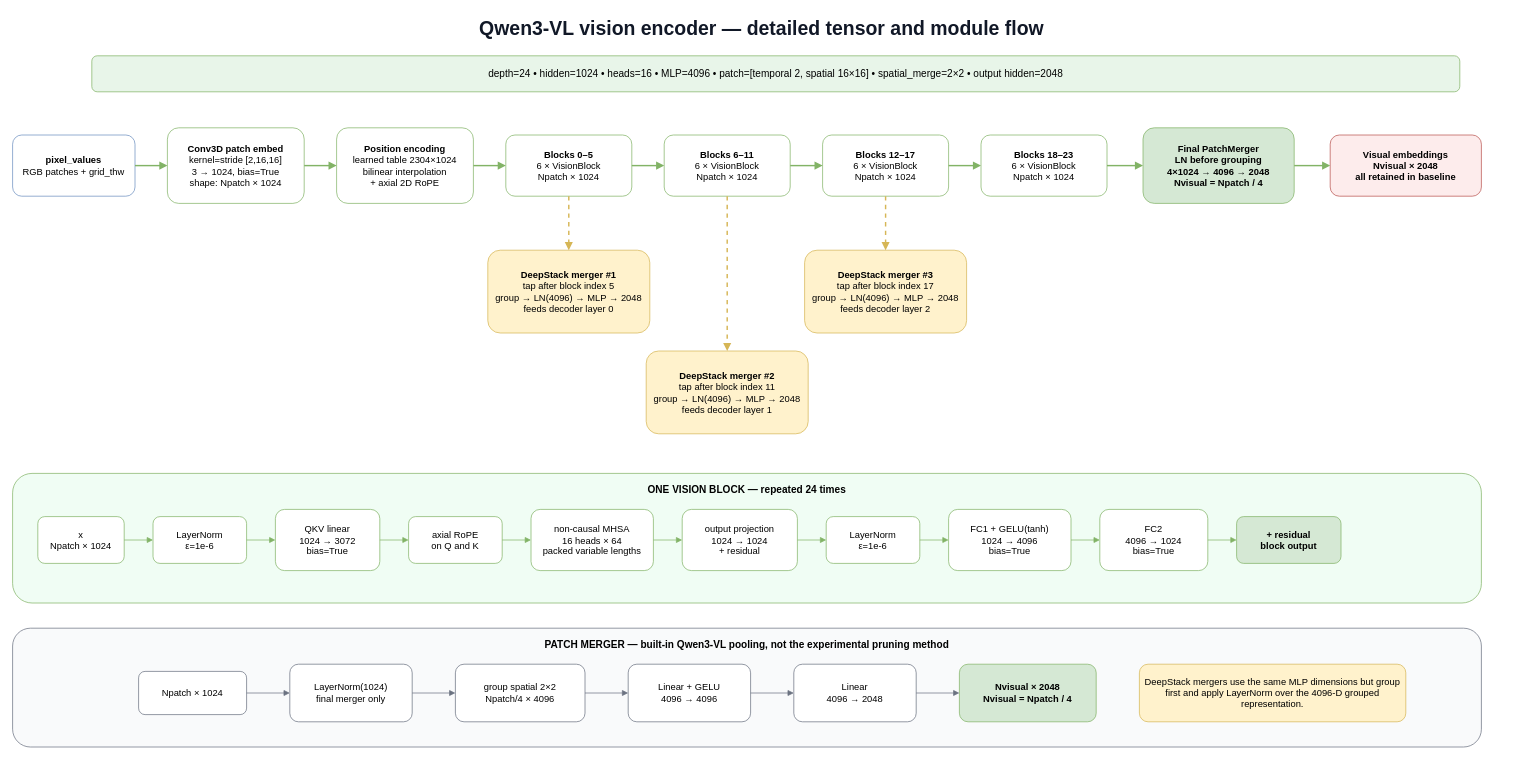
The draw.io diagram page "02 - Vision encoder detail" (2 of 5) of architecture/model-goc-baseline/qwen3-vl-2b-instruct-baseline.drawio in nguyen-thanh-1/token-reduction-VL-model, before the edit. Source tidied: cells renumbered, new cells numbered last; positions are measured from the earlier drawing's top-left corner, leaving out a move shared by most shapes. Both pictures are drawn from the tidied source at 72%, with x=0, y=0 at pixel (12, 12).
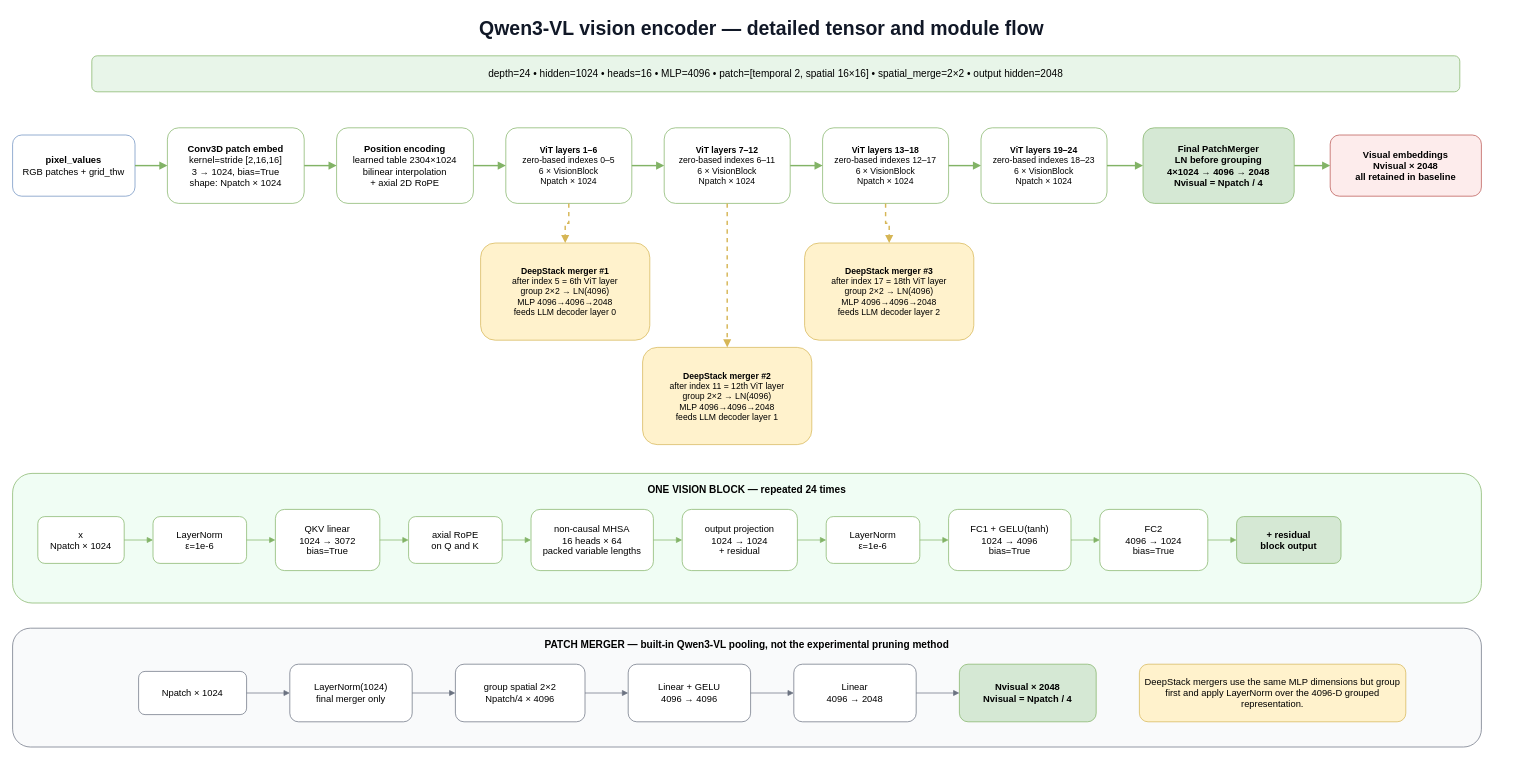
The same diagram, later.

The edit, as a diff of the source:
```diff
@@
-    <mxCell id="7" value="&lt;b&gt;Blocks 0–5&lt;/b&gt;&#10;6 × VisionBlock&#10;Npatch × 1024" style="rounded=1;whiteSpace=wrap;html=1;fillColor=#FFFFFF;strokeColor=#82B366;fontSize=13;" parent="1" vertex="1">
-      <mxGeometry x="685" y="170" width="175" height="85" as="geometry" />
+    <mxCell id="7" value="&lt;b&gt;ViT layers 1–6&lt;/b&gt;&#10;zero-based indexes 0–5&#10;6 × VisionBlock&#10;Npatch × 1024" style="rounded=1;whiteSpace=wrap;html=1;fillColor=#FFFFFF;strokeColor=#82B366;fontSize=12;" parent="1" vertex="1">
+      <mxGeometry x="685" y="160" width="175" height="105" as="geometry" />
     </mxCell>
-    <mxCell id="8" value="&lt;b&gt;Blocks 6–11&lt;/b&gt;&#10;6 × VisionBlock&#10;Npatch × 1024" style="rounded=1;whiteSpace=wrap;html=1;fillColor=#FFFFFF;strokeColor=#82B366;fontSize=13;" parent="1" vertex="1">
-      <mxGeometry x="905" y="170" width="175" height="85" as="geometry" />
+    <mxCell id="8" value="&lt;b&gt;ViT layers 7–12&lt;/b&gt;&#10;zero-based indexes 6–11&#10;6 × VisionBlock&#10;Npatch × 1024" style="rounded=1;whiteSpace=wrap;html=1;fillColor=#FFFFFF;strokeColor=#82B366;fontSize=12;" parent="1" vertex="1">
+      <mxGeometry x="905" y="160" width="175" height="105" as="geometry" />
     </mxCell>
-    <mxCell id="9" value="&lt;b&gt;Blocks 12–17&lt;/b&gt;&#10;6 × VisionBlock&#10;Npatch × 1024" style="rounded=1;whiteSpace=wrap;html=1;fillColor=#FFFFFF;strokeColor=#82B366;fontSize=13;" parent="1" vertex="1">
-      <mxGeometry x="1125" y="170" width="175" height="85" as="geometry" />
+    <mxCell id="9" value="&lt;b&gt;ViT layers 13–18&lt;/b&gt;&#10;zero-based indexes 12–17&#10;6 × VisionBlock&#10;Npatch × 1024" style="rounded=1;whiteSpace=wrap;html=1;fillColor=#FFFFFF;strokeColor=#82B366;fontSize=12;" parent="1" vertex="1">
+      <mxGeometry x="1125" y="160" width="175" height="105" as="geometry" />
     </mxCell>
-    <mxCell id="10" value="&lt;b&gt;Blocks 18–23&lt;/b&gt;&#10;6 × VisionBlock&#10;Npatch × 1024" style="rounded=1;whiteSpace=wrap;html=1;fillColor=#FFFFFF;strokeColor=#82B366;fontSize=13;" parent="1" vertex="1">
-      <mxGeometry x="1345" y="170" width="175" height="85" as="geometry" />
+    <mxCell id="10" value="&lt;b&gt;ViT layers 19–24&lt;/b&gt;&#10;zero-based indexes 18–23&#10;6 × VisionBlock&#10;Npatch × 1024" style="rounded=1;whiteSpace=wrap;html=1;fillColor=#FFFFFF;strokeColor=#82B366;fontSize=12;" parent="1" vertex="1">
+      <mxGeometry x="1345" y="160" width="175" height="105" as="geometry" />
     </mxCell>
@@
-    <mxCell id="13" value="&lt;b&gt;DeepStack merger #1&lt;/b&gt;&#10;tap after block index 5&#10;group → LN(4096) → MLP → 2048&#10;feeds decoder layer 0" style="rounded=1;whiteSpace=wrap;html=1;fillColor=#FFF2CC;strokeColor=#D6B656;fontSize=13;" parent="1" vertex="1">
-      <mxGeometry x="660" y="330" width="225" height="115" as="geometry" />
+    <mxCell id="13" value="&lt;b&gt;DeepStack merger #1&lt;/b&gt;&#10;after index 5 = 6th ViT layer&#10;group 2×2 → LN(4096)&#10;MLP 4096→4096→2048&#10;feeds LLM decoder layer 0" style="rounded=1;whiteSpace=wrap;html=1;fillColor=#FFF2CC;strokeColor=#D6B656;fontSize=12;" parent="1" vertex="1">
+      <mxGeometry x="650" y="320" width="235" height="135" as="geometry" />
     </mxCell>
-    <mxCell id="14" value="&lt;b&gt;DeepStack merger #2&lt;/b&gt;&#10;tap after block index 11&#10;group → LN(4096) → MLP → 2048&#10;feeds decoder layer 1" style="rounded=1;whiteSpace=wrap;html=1;fillColor=#FFF2CC;strokeColor=#D6B656;fontSize=13;" parent="1" vertex="1">
-      <mxGeometry x="880" y="470" width="225" height="115" as="geometry" />
+    <mxCell id="14" value="&lt;b&gt;DeepStack merger #2&lt;/b&gt;&#10;after index 11 = 12th ViT layer&#10;group 2×2 → LN(4096)&#10;MLP 4096→4096→2048&#10;feeds LLM decoder layer 1" style="rounded=1;whiteSpace=wrap;html=1;fillColor=#FFF2CC;strokeColor=#D6B656;fontSize=12;" parent="1" vertex="1">
+      <mxGeometry x="875" y="465" width="235" height="135" as="geometry" />
     </mxCell>
-    <mxCell id="15" value="&lt;b&gt;DeepStack merger #3&lt;/b&gt;&#10;tap after block index 17&#10;group → LN(4096) → MLP → 2048&#10;feeds decoder layer 2" style="rounded=1;whiteSpace=wrap;html=1;fillColor=#FFF2CC;strokeColor=#D6B656;fontSize=13;" parent="1" vertex="1">
-      <mxGeometry x="1100" y="330" width="225" height="115" as="geometry" />
+    <mxCell id="15" value="&lt;b&gt;DeepStack merger #3&lt;/b&gt;&#10;after index 17 = 18th ViT layer&#10;group 2×2 → LN(4096)&#10;MLP 4096→4096→2048&#10;feeds LLM decoder layer 2" style="rounded=1;whiteSpace=wrap;html=1;fillColor=#FFF2CC;strokeColor=#D6B656;fontSize=12;" parent="1" vertex="1">
+      <mxGeometry x="1100" y="320" width="235" height="135" as="geometry" />
     </mxCell>
```
